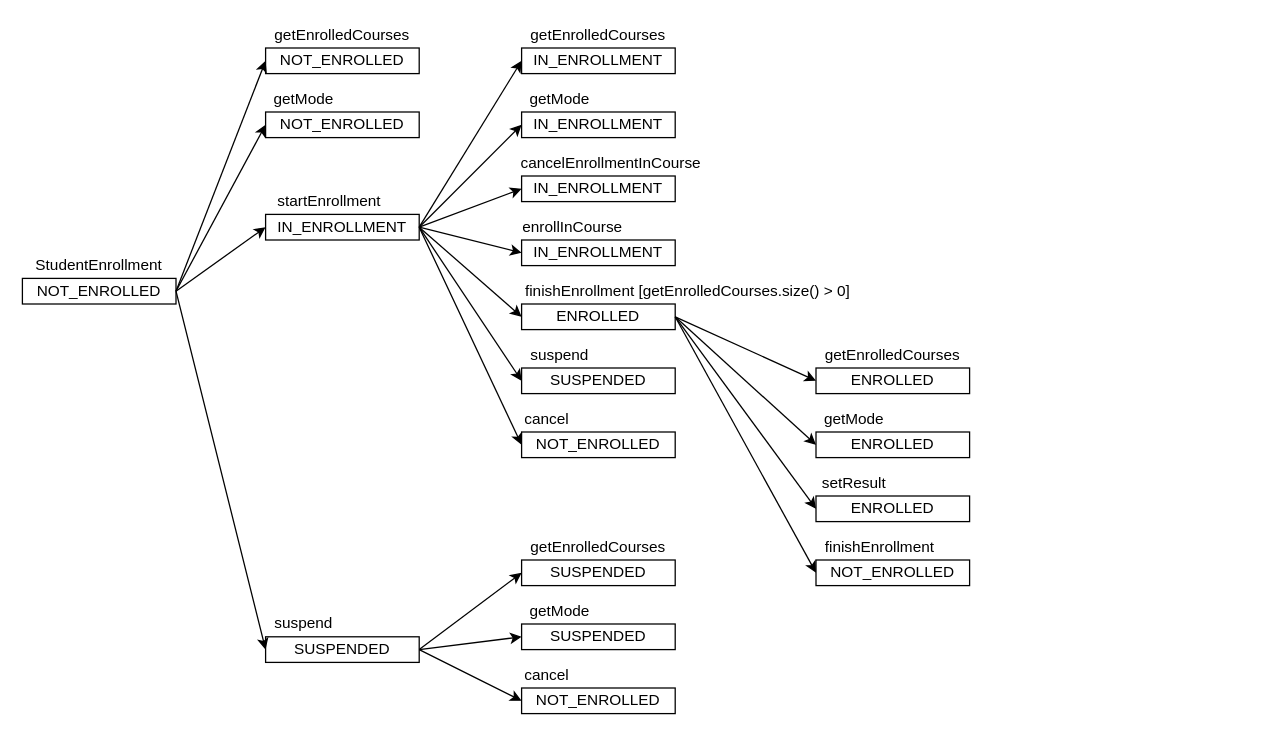
The draw.io diagram StudentEnrollment - Trasition Tree.drawio in diogotorres30/tvs, before the edit. Source tidied: cells renumbered, new cells numbered last; positions are measured from the earlier drawing's top-left corner, leaving out a move shared by most shapes. Both pictures are drawn from the tidied source at 128%, with x=0, y=0 at pixel (22, 22).
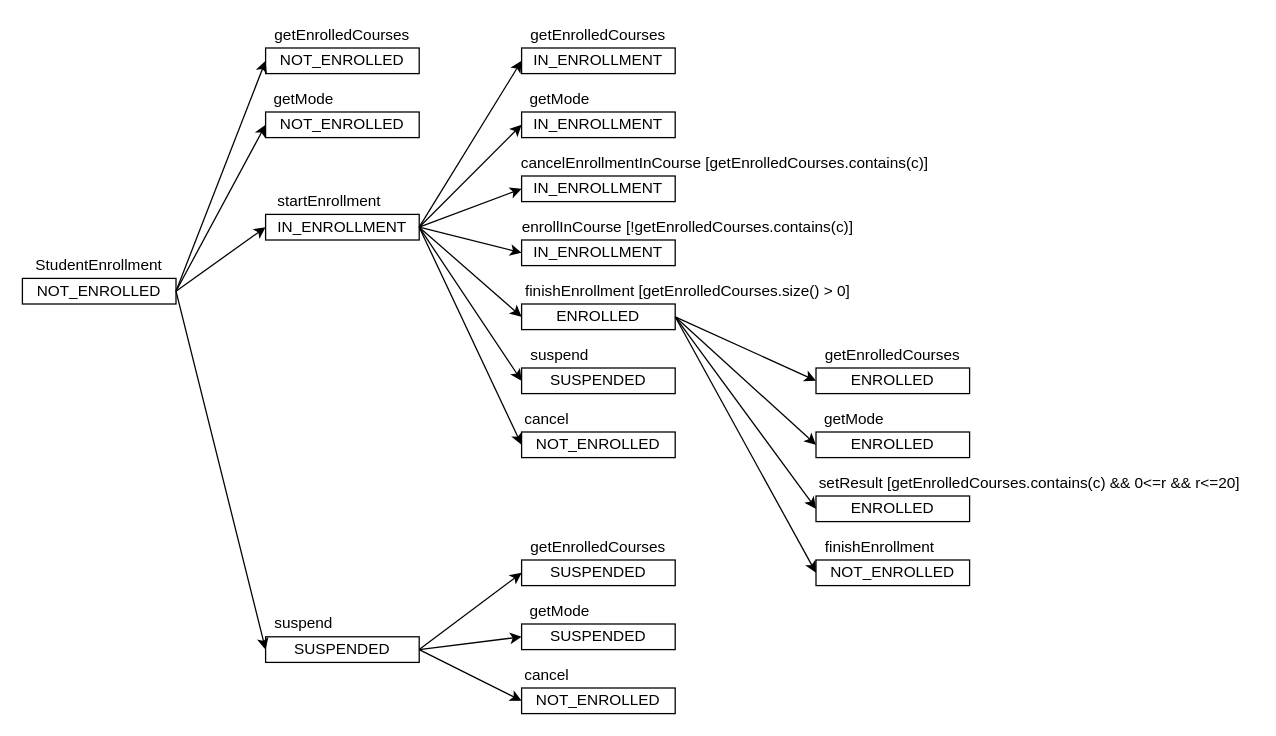
Above is the later version.

Change to the diagram source:
```diff
@@
-    <mxCell id="13" value="setResult" style="text;html=1;strokeColor=none;fillColor=none;align=center;verticalAlign=middle;whiteSpace=wrap;rounded=0;" parent="1" vertex="1">
-      <mxGeometry x="630" y="350" width="40" height="20" as="geometry" />
+    <mxCell id="13" value="setResult [getEnrolledCourses.contains(c) &amp;amp;&amp;amp; 0&amp;lt;=r &amp;amp;&amp;amp; r&amp;lt;=20]" style="text;html=1;strokeColor=none;fillColor=none;align=center;verticalAlign=middle;whiteSpace=wrap;rounded=0;" parent="1" vertex="1">
+      <mxGeometry x="612" y="350" width="350" height="20" as="geometry" />
     </mxCell>
-    <mxCell id="14" value="enrollInCourse" style="text;html=1;strokeColor=none;fillColor=none;align=center;verticalAlign=middle;whiteSpace=wrap;rounded=0;" parent="1" vertex="1">
-      <mxGeometry x="410" y="150" width="40" height="20" as="geometry" />
+    <mxCell id="14" value="enrollInCourse [!getEnrolledCourses.contains(c)]" style="text;html=1;strokeColor=none;fillColor=none;align=center;verticalAlign=middle;whiteSpace=wrap;rounded=0;" parent="1" vertex="1">
+      <mxGeometry x="385" y="150" width="270" height="20" as="geometry" />
     </mxCell>
-    <mxCell id="15" value="cancelEnrollmentInCourse" style="text;html=1;strokeColor=none;fillColor=none;align=center;verticalAlign=middle;whiteSpace=wrap;rounded=0;" parent="1" vertex="1">
-      <mxGeometry x="440" y="100" width="40" height="20" as="geometry" />
+    <mxCell id="15" value="cancelEnrollmentInCourse&amp;nbsp;[getEnrolledCourses.contains(c)]" style="text;html=1;strokeColor=none;fillColor=none;align=center;verticalAlign=middle;whiteSpace=wrap;rounded=0;" parent="1" vertex="1">
+      <mxGeometry x="529" y="100" width="40" height="20" as="geometry" />
     </mxCell>
```
